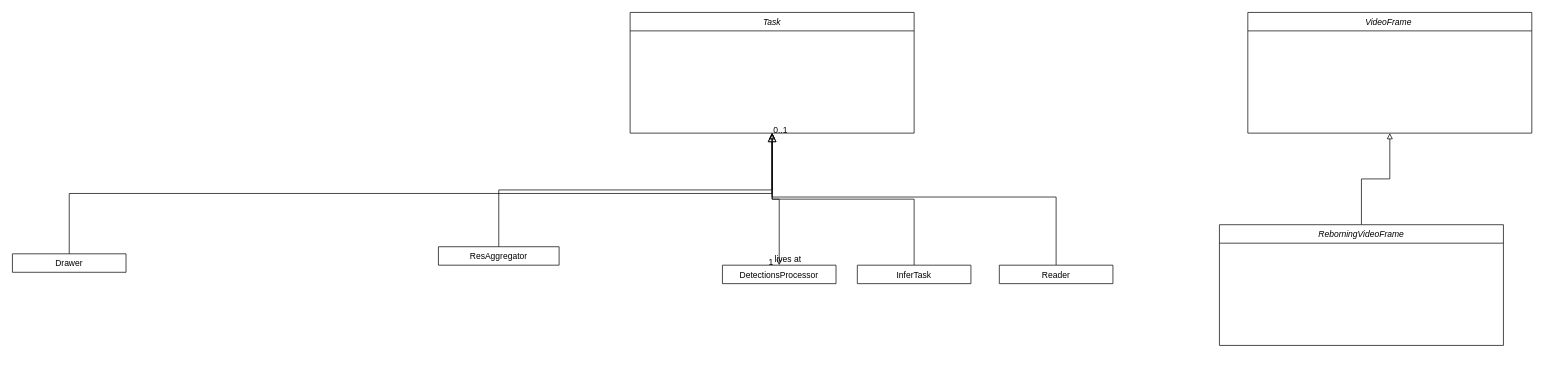
Earlier version of the draw.io diagram openvinoFrame.drawio (WOM89757/diagrams). Source tidied: cells renumbered, new cells numbered last; positions are measured from the earlier drawing's top-left corner, leaving out a move shared by most shapes. Both pictures are drawn from the tidied source at 71%, with x=0, y=0 at pixel (12, 12).
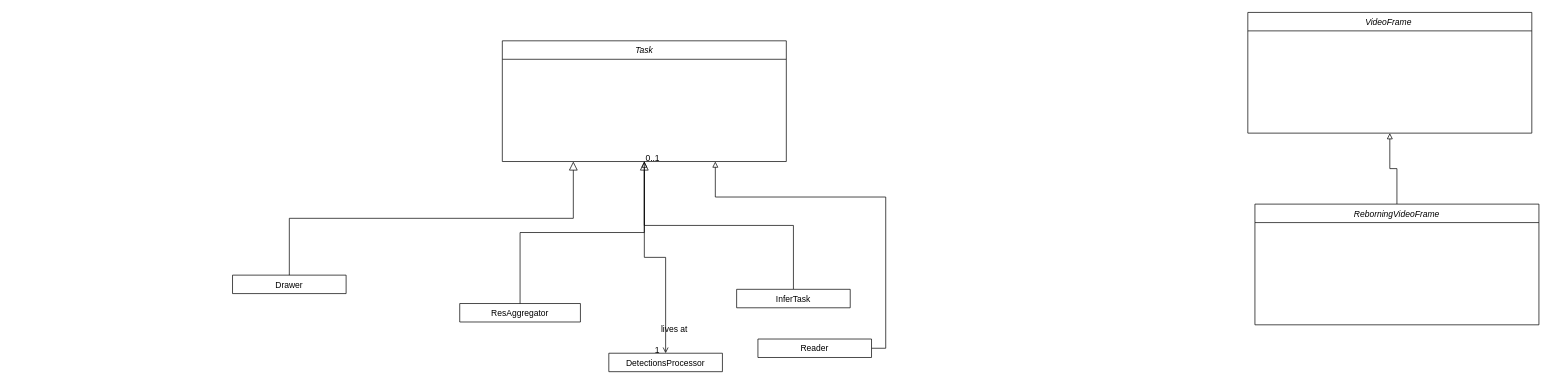
The same diagram, later.

What changed in the source:
```diff
@@
+    <mxCell id="3" value="Drawer" style="swimlane;fontStyle=0;align=center;verticalAlign=top;horizontal=1;startSize=26;rounded=0;shadow=0;strokeWidth=1;" parent="1" vertex="1" collapsed="1">
+      <mxGeometry x="310" y="370" width="160" height="26" as="geometry" />
+    </mxCell>
     <mxCell id="2" value="Task" style="swimlane;fontStyle=2;align=center;verticalAlign=top;horizontal=1;startSize=26;rounded=0;shadow=0;strokeWidth=1;" parent="1" vertex="1" collapsed="1">
-      <mxGeometry x="870" width="400" height="170" as="geometry" />
+      <mxGeometry x="690" y="40" width="400" height="170" as="geometry" />
     </mxCell>
-    <mxCell id="3" value="Drawer" style="swimlane;fontStyle=0;align=center;verticalAlign=top;horizontal=1;startSize=26;rounded=0;shadow=0;strokeWidth=1;" parent="1" vertex="1" collapsed="1">
-      <mxGeometry y="340" width="160" height="26" as="geometry" />
-    </mxCell>
-    <mxCell id="4" style="endArrow=block;endSize=10;endFill=0;shadow=0;strokeWidth=1;rounded=0;edgeStyle=elbowEdgeStyle;elbow=vertical;" parent="1" edge="1" source="3" target="2">
+    <mxCell id="4" style="endArrow=block;endSize=10;endFill=0;shadow=0;strokeWidth=1;rounded=0;edgeStyle=elbowEdgeStyle;elbow=vertical;entryX=0.25;entryY=1;entryDx=0;entryDy=0;" parent="1" edge="1" source="3" target="2">
       <mxGeometry relative="1" as="geometry" />
     </mxCell>
     <mxCell id="5" value="ResAggregator" style="swimlane;fontStyle=0;align=center;verticalAlign=top;horizontal=1;startSize=26;rounded=0;shadow=0;strokeWidth=1;" parent="1" vertex="1" collapsed="1">
-      <mxGeometry x="600" y="330" width="170" height="26" as="geometry" />
+      <mxGeometry x="630" y="410" width="170" height="26" as="geometry" />
     </mxCell>
@@
     <mxCell id="7" value="DetectionsProcessor" style="swimlane;fontStyle=0;align=center;verticalAlign=top;horizontal=1;startSize=26;rounded=0;shadow=0;strokeWidth=1;" parent="1" vertex="1" collapsed="1">
-      <mxGeometry x="1000" y="356" width="160" height="26" as="geometry" />
+      <mxGeometry x="840" y="480" width="160" height="26" as="geometry" />
     </mxCell>
@@
     <mxCell id="14" value="ReborningVideoFrame" style="swimlane;fontStyle=2;align=center;verticalAlign=top;horizontal=1;startSize=26;rounded=0;shadow=0;strokeWidth=1;" parent="1" vertex="1" collapsed="1">
-      <mxGeometry x="1700" y="299" width="400" height="170" as="geometry" />
+      <mxGeometry x="1750" y="270" width="400" height="170" as="geometry" />
     </mxCell>
@@
     <mxCell id="16" value="InferTask" style="swimlane;fontStyle=0;align=center;verticalAlign=top;horizontal=1;startSize=26;rounded=0;shadow=0;strokeWidth=1;" parent="1" vertex="1" collapsed="1">
-      <mxGeometry x="1190" y="356" width="160" height="26" as="geometry" />
+      <mxGeometry x="1020" y="390" width="160" height="26" as="geometry" />
     </mxCell>
-    <mxCell id="17" style="edgeStyle=orthogonalEdgeStyle;rounded=0;jettySize=auto;html=1;endArrow=block;endFill=0;" parent="1" edge="1" source="18">
+    <mxCell id="17" style="edgeStyle=orthogonalEdgeStyle;rounded=0;jettySize=auto;html=1;endArrow=block;endFill=0;entryX=0.75;entryY=1;entryDx=0;entryDy=0;" parent="1" edge="1" source="18" target="2">
       <mxGeometry relative="1" as="geometry">
-        <mxPoint x="1070" y="170" as="targetPoint" />
         <Array as="points">
-          <mxPoint x="1470" y="260" />
-          <mxPoint x="1070" y="260" />
+          <mxPoint x="1230" y="473" />
+          <mxPoint x="1230" y="260" />
+          <mxPoint x="990" y="260" />
         </Array>
       </mxGeometry>
     </mxCell>
     <mxCell id="18" value="Reader" style="swimlane;fontStyle=0;align=center;verticalAlign=top;horizontal=1;startSize=26;rounded=0;shadow=0;strokeWidth=1;" parent="1" vertex="1" collapsed="1">
-      <mxGeometry x="1390" y="356" width="160" height="26" as="geometry" />
+      <mxGeometry x="1050" y="460" width="160" height="26" as="geometry" />
     </mxCell>
```
